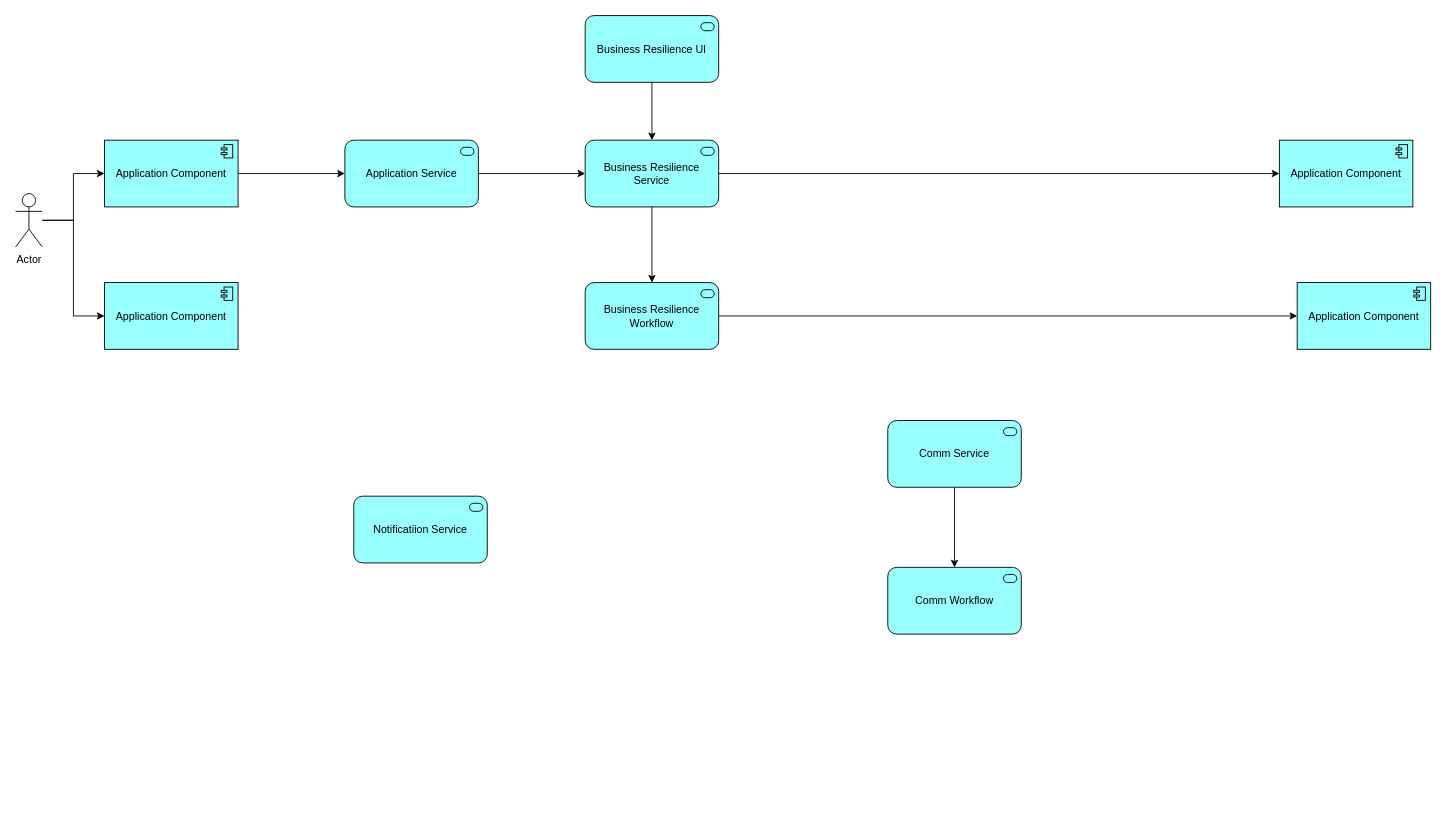
Above: BRWH_Architecture.drawio in ivineetyadav/architectures (draw.io), before the change. Source tidied: cells renumbered, new cells numbered last; positions are measured from the earlier drawing's top-left corner, leaving out a move shared by most shapes. Both pictures are drawn from the tidied source at 89%, with x=0, y=0 at pixel (15, 15).
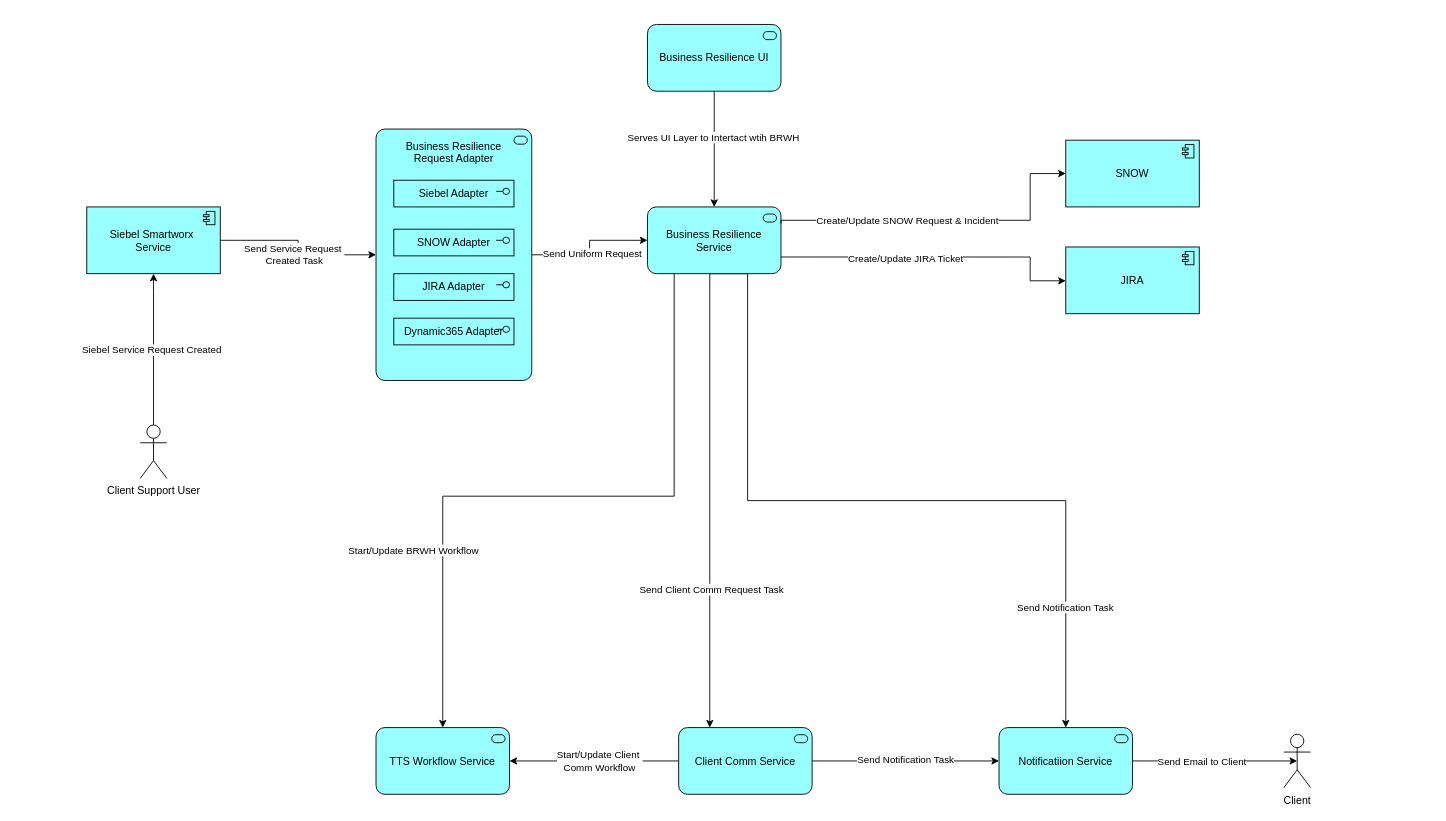
The same diagram, later.

The change refers to these unchanged cells:
```xml
<mxCell id="2" style="edgeStyle=orthogonalEdgeStyle;rounded=0;jettySize=auto;html=1;" parent="1" edge="1" source="3" target="6">
  <mxGeometry relative="1" as="geometry" />
</mxCell>
<mxCell id="5" style="edgeStyle=orthogonalEdgeStyle;rounded=0;jettySize=auto;html=1;" parent="1" edge="1" source="6" target="8">
  <mxGeometry relative="1" as="geometry" />
</mxCell>
```

The edit, as a diff of the source:
```diff
@@
+    <mxCell id="10" value="Business Resilience UI" style="html=1;outlineConnect=0;whiteSpace=wrap;fillColor=#99ffff;shape=mxgraph.archimate3.application;appType=serv;archiType=rounded;" parent="1" vertex="1">
+      <mxGeometry x="710" y="10" width="150" height="75" as="geometry" />
+    </mxCell>
@@
-    <mxCell id="3" value="Application Component" style="html=1;outlineConnect=0;whiteSpace=wrap;fillColor=#99ffff;shape=mxgraph.archimate3.application;appType=comp;archiType=square;" parent="1" vertex="1">
-      <mxGeometry x="100" y="140" width="150" height="75" as="geometry" />
-    </mxCell>
-    <mxCell id="4" value="Application Component" style="html=1;outlineConnect=0;whiteSpace=wrap;fillColor=#99ffff;shape=mxgraph.archimate3.application;appType=comp;archiType=square;" parent="1" vertex="1">
-      <mxGeometry x="100" y="300" width="150" height="75" as="geometry" />
-    </mxCell>
+    <mxCell id="23" value="Send Service Request&amp;nbsp;&lt;div&gt;Created Task&lt;/div&gt;" style="edgeLabel;html=1;align=center;verticalAlign=middle;" parent="2" vertex="1">
+      <mxGeometry x="0.11" y="-1" relative="1" as="geometry">
+        <mxPoint x="-7" y="-1" as="offset" />
+      </mxGeometry>
+    </mxCell>
@@
+    <mxCell id="24" value="Send Uniform Request" style="edgeLabel;html=1;align=center;verticalAlign=middle;" parent="5" vertex="1">
+      <mxGeometry x="-0.11" y="-1" relative="1" as="geometry">
+        <mxPoint x="1" y="-1" as="offset" />
+      </mxGeometry>
+    </mxCell>
-    <mxCell id="6" value="Application Service" style="html=1;outlineConnect=0;whiteSpace=wrap;fillColor=#99ffff;shape=mxgraph.archimate3.application;appType=serv;archiType=rounded;" parent="1" vertex="1">
-      <mxGeometry x="370" y="140" width="150" height="75" as="geometry" />
+    <mxCell id="6" value="Business Resilience&lt;br&gt;Request Adapter&lt;div&gt;&lt;br&gt;&lt;/div&gt;&lt;div&gt;&lt;br&gt;&lt;/div&gt;&lt;div&gt;&lt;br&gt;&lt;/div&gt;&lt;div&gt;&lt;br&gt;&lt;/div&gt;&lt;div&gt;&lt;br&gt;&lt;/div&gt;&lt;div&gt;&lt;br&gt;&lt;/div&gt;&lt;div&gt;&lt;br&gt;&lt;/div&gt;&lt;div&gt;&lt;br&gt;&lt;/div&gt;&lt;div&gt;&lt;br&gt;&lt;/div&gt;&lt;div&gt;&lt;br&gt;&lt;/div&gt;&lt;div&gt;&lt;br&gt;&lt;/div&gt;&lt;div&gt;&lt;br&gt;&lt;/div&gt;&lt;div&gt;&lt;br&gt;&lt;/div&gt;&lt;div&gt;&lt;br&gt;&lt;/div&gt;&lt;div&gt;&lt;br&gt;&lt;/div&gt;&lt;div&gt;&lt;br&gt;&lt;/div&gt;" style="html=1;outlineConnect=0;whiteSpace=wrap;fillColor=#99ffff;shape=mxgraph.archimate3.application;appType=serv;archiType=rounded;" parent="1" vertex="1">
+      <mxGeometry x="405" y="127.5" width="175" height="282.5" as="geometry" />
     </mxCell>
-    <mxCell id="7" style="edgeStyle=orthogonalEdgeStyle;rounded=0;jettySize=auto;html=1;" parent="1" edge="1" source="8" target="11">
-      <mxGeometry relative="1" as="geometry" />
-    </mxCell>
+    <mxCell id="25" style="edgeStyle=orthogonalEdgeStyle;rounded=0;jettySize=auto;html=1;exitX=0.75;exitY=1;exitDx=0;exitDy=0;exitPerimeter=0;" parent="1" edge="1" source="8" target="19">
+      <mxGeometry relative="1" as="geometry">
+        <Array as="points">
+          <mxPoint x="780" y="290" />
+        </Array>
+      </mxGeometry>
+    </mxCell>
+    <mxCell id="26" value="Send Client Comm Request Task" style="edgeLabel;html=1;align=center;verticalAlign=middle;" parent="25" vertex="1">
+      <mxGeometry x="0.41" y="1" relative="1" as="geometry">
+        <mxPoint y="7" as="offset" />
+      </mxGeometry>
+    </mxCell>
+    <mxCell id="27" style="edgeStyle=orthogonalEdgeStyle;rounded=0;jettySize=auto;html=1;exitX=0.75;exitY=1;exitDx=0;exitDy=0;exitPerimeter=0;" parent="1" edge="1" source="8" target="22">
+      <mxGeometry relative="1" as="geometry" />
+    </mxCell>
+    <mxCell id="28" value="Send Notification Task&amp;nbsp;" style="edgeLabel;html=1;align=center;verticalAlign=middle;" parent="27" vertex="1">
+      <mxGeometry x="0.65" y="-3" relative="1" as="geometry">
+        <mxPoint x="3" y="16" as="offset" />
+      </mxGeometry>
+    </mxCell>
+    <mxCell id="29" style="edgeStyle=orthogonalEdgeStyle;rounded=0;jettySize=auto;html=1;exitX=1;exitY=0.75;exitDx=0;exitDy=0;exitPerimeter=0;" parent="1" edge="1" source="8" target="12">
+      <mxGeometry relative="1" as="geometry">
+        <Array as="points">
+          <mxPoint x="1140" y="271" />
+          <mxPoint x="1140" y="298" />
+        </Array>
+      </mxGeometry>
+    </mxCell>
+    <mxCell id="30" value="Create/Update JIRA Ticket" style="edgeLabel;html=1;align=center;verticalAlign=middle;" parent="29" vertex="1">
+      <mxGeometry x="-0.44" y="-1" relative="1" as="geometry">
+        <mxPoint x="43" as="offset" />
+      </mxGeometry>
+    </mxCell>
     <mxCell id="8" value="Business Resilience&lt;div&gt;Service&lt;/div&gt;" style="html=1;outlineConnect=0;whiteSpace=wrap;fillColor=#99ffff;shape=mxgraph.archimate3.application;appType=serv;archiType=rounded;" parent="1" vertex="1">
-      <mxGeometry x="640" y="140" width="150" height="75" as="geometry" />
+      <mxGeometry x="710" y="215" width="150" height="75" as="geometry" />
     </mxCell>
-    <mxCell id="9" value="Business Resilience&lt;div&gt;Workflow&lt;/div&gt;" style="html=1;outlineConnect=0;whiteSpace=wrap;fillColor=#99ffff;shape=mxgraph.archimate3.application;appType=serv;archiType=rounded;" parent="1" vertex="1">
-      <mxGeometry x="640" y="300" width="150" height="75" as="geometry" />
-    </mxCell>
-    <mxCell id="10" value="Business Resilience UI" style="html=1;outlineConnect=0;whiteSpace=wrap;fillColor=#99ffff;shape=mxgraph.archimate3.application;appType=serv;archiType=rounded;" parent="1" vertex="1">
-      <mxGeometry x="640" width="150" height="75" as="geometry" />
-    </mxCell>
-    <mxCell id="11" value="Application Component" style="html=1;outlineConnect=0;whiteSpace=wrap;fillColor=#99ffff;shape=mxgraph.archimate3.application;appType=comp;archiType=square;" parent="1" vertex="1">
-      <mxGeometry x="1420" y="140" width="150" height="75" as="geometry" />
+    <mxCell id="11" value="SNOW" style="html=1;outlineConnect=0;whiteSpace=wrap;fillColor=#99ffff;shape=mxgraph.archimate3.application;appType=comp;archiType=square;" parent="1" vertex="1">
+      <mxGeometry x="1180" y="140" width="150" height="75" as="geometry" />
     </mxCell>
-    <mxCell id="12" value="Application Component" style="html=1;outlineConnect=0;whiteSpace=wrap;fillColor=#99ffff;shape=mxgraph.archimate3.application;appType=comp;archiType=square;" parent="1" vertex="1">
-      <mxGeometry x="1440" y="300" width="150" height="75" as="geometry" />
+    <mxCell id="12" value="JIRA" style="html=1;outlineConnect=0;whiteSpace=wrap;fillColor=#99ffff;shape=mxgraph.archimate3.application;appType=comp;archiType=square;" parent="1" vertex="1">
+      <mxGeometry x="1180" y="260" width="150" height="75" as="geometry" />
     </mxCell>
+    <mxCell id="16" style="edgeStyle=orthogonalEdgeStyle;rounded=0;jettySize=auto;html=1;entryX=0.5;entryY=0;entryDx=0;entryDy=0;entryPerimeter=0;" parent="1" edge="1" source="10" target="8">
+      <mxGeometry relative="1" as="geometry" />
+    </mxCell>
+    <mxCell id="31" value="Serves UI Layer to Intertact wtih BRWH" style="edgeLabel;html=1;align=center;verticalAlign=middle;" parent="16" vertex="1">
+      <mxGeometry x="-0.22" y="-2" relative="1" as="geometry" />
+    </mxCell>
+    <mxCell id="17" style="edgeStyle=orthogonalEdgeStyle;rounded=0;jettySize=auto;html=1;entryX=0.5;entryY=0;entryDx=0;entryDy=0;entryPerimeter=0;" parent="1" edge="1" source="8" target="9">
+      <mxGeometry relative="1" as="geometry">
+        <Array as="points">
+          <mxPoint x="740" y="540" />
+          <mxPoint x="480" y="540" />
+        </Array>
+      </mxGeometry>
+    </mxCell>
+    <mxCell id="32" value="Start/Update BRWH Workflow" style="edgeLabel;html=1;align=center;verticalAlign=middle;" parent="17" vertex="1">
+      <mxGeometry x="0.19" y="1" relative="1" as="geometry">
+        <mxPoint x="-86" y="59" as="offset" />
+      </mxGeometry>
+    </mxCell>
+    <mxCell id="33" style="group;" parent="1" vertex="1">
+      <mxGeometry x="80" y="215" width="150" height="305" as="geometry" />
+    </mxCell>
+    <mxCell id="3" value="Siebel Smartworx&amp;nbsp;&lt;div&gt;Service&lt;/div&gt;" style="html=1;outlineConnect=0;whiteSpace=wrap;fillColor=#99ffff;shape=mxgraph.archimate3.application;appType=comp;archiType=square;" parent="33" vertex="1">
+      <mxGeometry width="150" height="75" as="geometry" />
+    </mxCell>
-    <mxCell id="13" style="edgeStyle=orthogonalEdgeStyle;rounded=0;jettySize=auto;html=1;" parent="1" edge="1" source="14" target="3">
-      <mxGeometry relative="1" as="geometry" />
+    <mxCell id="13" style="edgeStyle=orthogonalEdgeStyle;rounded=0;jettySize=auto;html=1;" parent="33" edge="1" source="14" target="3">
+      <mxGeometry relative="1" as="geometry">
+        <Array as="points">
+          <mxPoint x="75" y="95" />
+          <mxPoint x="75" y="95" />
+        </Array>
+      </mxGeometry>
     </mxCell>
+    <mxCell id="34" value="Siebel Service Request Created" style="edgeLabel;html=1;align=center;verticalAlign=middle;" parent="13" vertex="1">
+      <mxGeometry y="3" relative="1" as="geometry" />
+    </mxCell>
-    <mxCell id="14" value="Actor" style="shape=umlActor;verticalLabelPosition=bottom;verticalAlign=top;html=1;outlineConnect=0;" parent="1" vertex="1">
-      <mxGeometry y="200" width="30" height="60" as="geometry" />
+    <mxCell id="14" value="Client Support User" style="shape=umlActor;verticalLabelPosition=bottom;verticalAlign=top;html=1;outlineConnect=0;" parent="33" vertex="1">
+      <mxGeometry x="60" y="245" width="30" height="60" as="geometry" />
     </mxCell>
-    <mxCell id="15" style="edgeStyle=orthogonalEdgeStyle;rounded=0;jettySize=auto;html=1;entryX=0;entryY=0.5;entryDx=0;entryDy=0;entryPerimeter=0;" parent="1" edge="1" source="14" target="4">
-      <mxGeometry relative="1" as="geometry" />
-    </mxCell>
-    <mxCell id="16" style="edgeStyle=orthogonalEdgeStyle;rounded=0;jettySize=auto;html=1;entryX=0.5;entryY=0;entryDx=0;entryDy=0;entryPerimeter=0;" parent="1" edge="1" source="10" target="8">
-      <mxGeometry relative="1" as="geometry" />
-    </mxCell>
-    <mxCell id="17" style="edgeStyle=orthogonalEdgeStyle;rounded=0;jettySize=auto;html=1;entryX=0.5;entryY=0;entryDx=0;entryDy=0;entryPerimeter=0;" parent="1" edge="1" source="8" target="9">
-      <mxGeometry relative="1" as="geometry" />
-    </mxCell>
-    <mxCell id="18" style="edgeStyle=orthogonalEdgeStyle;rounded=0;jettySize=auto;html=1;entryX=0;entryY=0.5;entryDx=0;entryDy=0;entryPerimeter=0;" parent="1" edge="1" source="9" target="12">
-      <mxGeometry relative="1" as="geometry" />
-    </mxCell>
+    <mxCell id="7" style="edgeStyle=orthogonalEdgeStyle;rounded=0;jettySize=auto;html=1;exitX=1;exitY=0.25;exitDx=0;exitDy=0;exitPerimeter=0;entryX=0;entryY=0.5;entryDx=0;entryDy=0;entryPerimeter=0;" parent="1" edge="1" source="8" target="11">
+      <mxGeometry relative="1" as="geometry">
+        <Array as="points">
+          <mxPoint x="860" y="230" />
+          <mxPoint x="1140" y="230" />
+          <mxPoint x="1140" y="178" />
+        </Array>
+      </mxGeometry>
+    </mxCell>
+    <mxCell id="35" value="Create/Update SNOW Request &amp;amp; Incident" style="edgeLabel;html=1;align=center;verticalAlign=middle;" parent="7" vertex="1">
+      <mxGeometry x="-0.57" relative="1" as="geometry">
+        <mxPoint x="64" as="offset" />
+      </mxGeometry>
+    </mxCell>
+    <mxCell id="9" value="&lt;div&gt;TTS Workflow Service&lt;/div&gt;" style="html=1;outlineConnect=0;whiteSpace=wrap;fillColor=#99ffff;shape=mxgraph.archimate3.application;appType=serv;archiType=rounded;" parent="1" vertex="1">
+      <mxGeometry x="405" y="800" width="150" height="75" as="geometry" />
+    </mxCell>
+    <mxCell id="36" style="edgeStyle=orthogonalEdgeStyle;rounded=0;jettySize=auto;html=1;exitX=0;exitY=0.5;exitDx=0;exitDy=0;exitPerimeter=0;" parent="1" edge="1" source="19" target="9">
+      <mxGeometry relative="1" as="geometry" />
+    </mxCell>
+    <mxCell id="37" value="Start/Update Client&amp;nbsp;&lt;div&gt;Comm Workflow&lt;/div&gt;" style="edgeLabel;html=1;align=center;verticalAlign=middle;" parent="36" vertex="1">
+      <mxGeometry x="0.06" y="-1" relative="1" as="geometry">
+        <mxPoint x="11" y="1" as="offset" />
+      </mxGeometry>
+    </mxCell>
-    <mxCell id="19" value="Comm Service" style="html=1;outlineConnect=0;whiteSpace=wrap;fillColor=#99ffff;shape=mxgraph.archimate3.application;appType=serv;archiType=rounded;" parent="1" vertex="1">
-      <mxGeometry x="980" y="455" width="150" height="75" as="geometry" />
+    <mxCell id="19" value="Client Comm Service" style="html=1;outlineConnect=0;whiteSpace=wrap;fillColor=#99ffff;shape=mxgraph.archimate3.application;appType=serv;archiType=rounded;" parent="1" vertex="1">
+      <mxGeometry x="745" y="800" width="150" height="75" as="geometry" />
     </mxCell>
-    <mxCell id="20" value="Comm Workflow" style="html=1;outlineConnect=0;whiteSpace=wrap;fillColor=#99ffff;shape=mxgraph.archimate3.application;appType=serv;archiType=rounded;" parent="1" vertex="1">
-      <mxGeometry x="980" y="620" width="150" height="75" as="geometry" />
-    </mxCell>
-    <mxCell id="21" style="edgeStyle=orthogonalEdgeStyle;rounded=0;jettySize=auto;html=1;entryX=0.5;entryY=0;entryDx=0;entryDy=0;entryPerimeter=0;" parent="1" edge="1" source="19" target="20">
+    <mxCell id="21" style="edgeStyle=orthogonalEdgeStyle;rounded=0;jettySize=auto;html=1;" parent="1" edge="1" source="19" target="22">
       <mxGeometry relative="1" as="geometry" />
     </mxCell>
+    <mxCell id="38" value="Send Notification Task" style="edgeLabel;html=1;align=center;verticalAlign=middle;" parent="21" vertex="1">
+      <mxGeometry x="-0.01" y="2" relative="1" as="geometry" />
+    </mxCell>
     <mxCell id="22" value="Notificatiion Service" style="html=1;outlineConnect=0;whiteSpace=wrap;fillColor=#99ffff;shape=mxgraph.archimate3.application;appType=serv;archiType=rounded;" parent="1" vertex="1">
-      <mxGeometry x="380" y="540" width="150" height="75" as="geometry" />
+      <mxGeometry x="1105" y="800" width="150" height="75" as="geometry" />
     </mxCell>
+    <mxCell id="39" value="Client" style="shape=umlActor;verticalLabelPosition=bottom;verticalAlign=top;html=1;outlineConnect=0;" parent="1" vertex="1">
+      <mxGeometry x="1425" y="807.5" width="30" height="60" as="geometry" />
+    </mxCell>
+    <mxCell id="40" style="edgeStyle=orthogonalEdgeStyle;rounded=0;jettySize=auto;html=1;entryX=0.5;entryY=0.5;entryDx=0;entryDy=0;entryPerimeter=0;" parent="1" edge="1" source="22" target="39">
+      <mxGeometry relative="1" as="geometry" />
+    </mxCell>
+    <mxCell id="41" value="Send Email to Client" style="edgeLabel;html=1;align=center;verticalAlign=middle;" parent="40" vertex="1">
+      <mxGeometry x="-0.17" y="-1" relative="1" as="geometry" />
+    </mxCell>
+    <mxCell id="42" value="Siebel Adapter" style="html=1;whiteSpace=wrap;fillColor=#99ffff;shape=mxgraph.archimate3.application;appType=interface;archiType=square;" parent="1" vertex="1">
+      <mxGeometry x="425" y="185" width="135" height="30" as="geometry" />
+    </mxCell>
+    <mxCell id="43" value="SNOW Adapter" style="html=1;whiteSpace=wrap;fillColor=#99ffff;shape=mxgraph.archimate3.application;appType=interface;archiType=square;" parent="1" vertex="1">
+      <mxGeometry x="425" y="240" width="135" height="30" as="geometry" />
+    </mxCell>
+    <mxCell id="44" value="JIRA Adapter" style="html=1;whiteSpace=wrap;fillColor=#99ffff;shape=mxgraph.archimate3.application;appType=interface;archiType=square;" parent="1" vertex="1">
+      <mxGeometry x="425" y="290" width="135" height="30" as="geometry" />
+    </mxCell>
+    <mxCell id="45" value="Dynamic365 Adapter" style="html=1;whiteSpace=wrap;fillColor=#99ffff;shape=mxgraph.archimate3.application;appType=interface;archiType=square;" parent="1" vertex="1">
+      <mxGeometry x="425" y="340" width="135" height="30" as="geometry" />
+    </mxCell>
```
